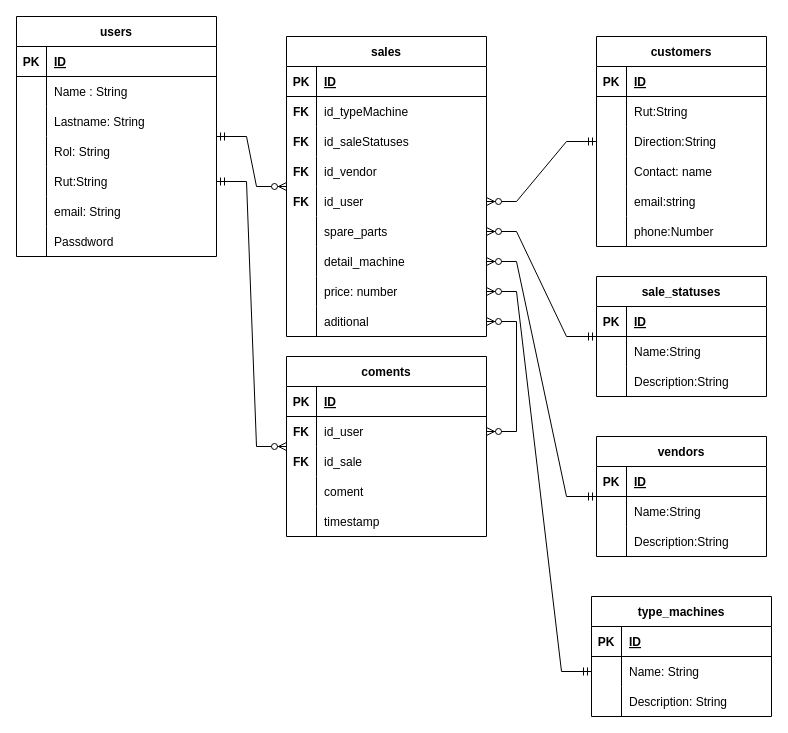
Above: DB_Sell_Machine.drawio in LCSL2602/Sell_Machine_Api (draw.io), before the change. Source tidied: cells renumbered, new cells numbered last; positions are measured from the earlier drawing's top-left corner, leaving out a move shared by most shapes. Both pictures are drawn from the tidied source at 100%, with x=0, y=0 at pixel (16, 16).
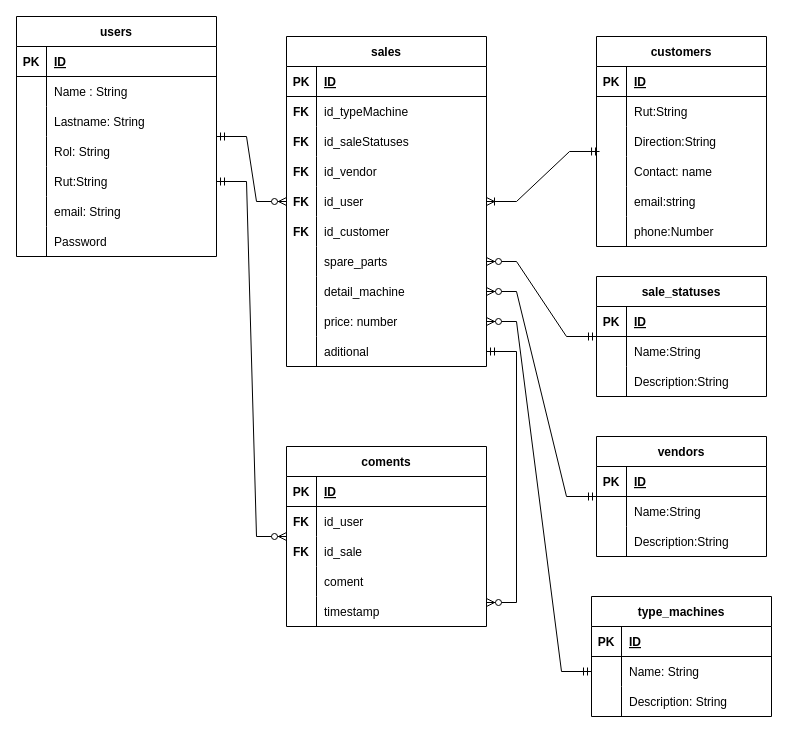
After the change.

The change refers to these unchanged cells:
```xml
<mxCell id="21" style="shape=partialRectangle;fillColor=none;top=0;left=0;bottom=0;right=0;" parent="2" vertex="1">
  <mxGeometry y="210" width="200" height="30" as="geometry" />
</mxCell>
<mxCell id="67" style="shape=partialRectangle;fillColor=none;top=0;left=0;bottom=0;right=0;points=[[0,0.5],[1,0.5]];portConstraint=eastwest;" parent="54" vertex="1">
  <mxGeometry y="150" width="200" height="30" as="geometry" />
</mxCell>
<mxCell id="89" style="shape=partialRectangle;fillColor=none;top=0;left=0;bottom=0;right=0;points=[[0,0.5],[1,0.5]];portConstraint=eastwest;" parent="82" vertex="1">
  <mxGeometry y="90" width="170" height="30" as="geometry" />
</mxCell>
<mxCell id="92" style="shape=partialRectangle;fillColor=none;top=0;left=0;bottom=0;right=0;points=[[0,0.5],[1,0.5]];portConstraint=eastwest;" parent="82" vertex="1">
  <mxGeometry y="120" width="170" height="30" as="geometry" />
</mxCell>
<mxCell id="110" style="shape=partialRectangle;fillColor=none;top=0;left=0;bottom=0;right=0;points=[[0,0.5],[1,0.5]];portConstraint=eastwest;" parent="106" vertex="1">
  <mxGeometry y="60" width="200" height="30" as="geometry" />
</mxCell>
<mxCell id="119" style="shape=partialRectangle;fillColor=none;top=0;left=0;bottom=0;right=0;points=[[0,0.5],[1,0.5]];portConstraint=eastwest;" parent="106" vertex="1">
  <mxGeometry y="150" width="200" height="30" as="geometry" />
</mxCell>
```

Diff of the diagram source:
```diff
@@
-    <mxCell id="23" value="Passdword" style="shape=partialRectangle;fillColor=none;top=0;left=0;bottom=0;right=0;align=left;spacingLeft=6;overflow=hidden;" parent="21" vertex="1">
+    <mxCell id="23" value="Password" style="shape=partialRectangle;fillColor=none;top=0;left=0;bottom=0;right=0;align=left;spacingLeft=6;overflow=hidden;" parent="21" vertex="1">
       <mxGeometry x="30" width="170" height="30" as="geometry" />
     </mxCell>
@@
     <mxCell id="54" value="sales" style="shape=table;startSize=30;childLayout=tableLayout;rowLines=0;fontStyle=1;align=center;" parent="1" vertex="1">
-      <mxGeometry x="270" y="20" width="200" height="300" as="geometry" />
+      <mxGeometry x="270" y="20" width="200" height="330" as="geometry" />
     </mxCell>
@@
+    <mxCell id="124" style="shape=partialRectangle;fillColor=none;top=0;left=0;bottom=0;right=0;" parent="54" vertex="1">
+      <mxGeometry y="180" width="200" height="30" as="geometry" />
+    </mxCell>
+    <mxCell id="125" value="FK" style="shape=partialRectangle;fillColor=none;top=0;left=0;bottom=0;right=0;overflow=hidden;fontStyle=1;" parent="124" vertex="1">
+      <mxGeometry width="30" height="30" as="geometry" />
+    </mxCell>
+    <mxCell id="126" value="id_customer" style="shape=partialRectangle;fillColor=none;top=0;left=0;bottom=0;right=0;align=left;spacingLeft=6;overflow=hidden;" parent="124" vertex="1">
+      <mxGeometry x="30" width="170" height="30" as="geometry" />
+    </mxCell>
     <mxCell id="70" style="shape=partialRectangle;fillColor=none;top=0;left=0;bottom=0;right=0;points=[[0,0.5],[1,0.5]];portConstraint=eastwest;" parent="54" vertex="1">
-      <mxGeometry y="180" width="200" height="30" as="geometry" />
+      <mxGeometry y="210" width="200" height="30" as="geometry" />
     </mxCell>
@@
     <mxCell id="73" style="shape=partialRectangle;fillColor=none;top=0;left=0;bottom=0;right=0;points=[[0,0.5],[1,0.5]];portConstraint=eastwest;" parent="54" vertex="1">
-      <mxGeometry y="210" width="200" height="30" as="geometry" />
+      <mxGeometry y="240" width="200" height="30" as="geometry" />
     </mxCell>
@@
     <mxCell id="76" style="shape=partialRectangle;fillColor=none;top=0;left=0;bottom=0;right=0;points=[[0,0.5],[1,0.5]];portConstraint=eastwest;" parent="54" vertex="1">
-      <mxGeometry y="240" width="200" height="30" as="geometry" />
+      <mxGeometry y="270" width="200" height="30" as="geometry" />
     </mxCell>
@@
     <mxCell id="79" style="shape=partialRectangle;fillColor=none;top=0;left=0;bottom=0;right=0;points=[[0,0.5],[1,0.5]];portConstraint=eastwest;" parent="54" vertex="1">
-      <mxGeometry y="270" width="200" height="30" as="geometry" />
+      <mxGeometry y="300" width="200" height="30" as="geometry" />
     </mxCell>
@@
-    <mxCell id="102" style="edgeStyle=entityRelationEdgeStyle;fontSize=12;html=1;endArrow=ERzeroToMany;startArrow=ERmandOne;rounded=0;" parent="1" edge="1" source="89" target="67">
-      <mxGeometry relative="1" as="geometry" />
-    </mxCell>
@@
     <mxCell id="106" value="coments" style="shape=table;startSize=30;childLayout=tableLayout;rowLines=0;fontStyle=1;align=center;" parent="1" vertex="1">
-      <mxGeometry x="270" y="340" width="200" height="180" as="geometry" />
+      <mxGeometry x="270" y="430" width="200" height="180" as="geometry" />
     </mxCell>
@@
-    <mxCell id="122" style="edgeStyle=entityRelationEdgeStyle;fontSize=12;html=1;endArrow=ERzeroToMany;endFill=1;startArrow=ERzeroToMany;rounded=0;" parent="1" edge="1" source="110" target="79">
-      <mxGeometry relative="1" as="geometry" />
-    </mxCell>
@@
+    <mxCell id="127" style="edgeStyle=entityRelationEdgeStyle;fontSize=12;html=1;endArrow=ERzeroToMany;startArrow=ERmandOne;rounded=0;entryX=1;entryY=0.2;entryDx=0;entryDy=0;entryPerimeter=0;exitX=1;exitY=0.5;exitDx=0;exitDy=0;" parent="1" edge="1" source="79" target="119">
+      <mxGeometry relative="1" as="geometry" />
+    </mxCell>
+    <mxCell id="128" style="edgeStyle=entityRelationEdgeStyle;fontSize=12;html=1;endArrow=ERoneToMany;startArrow=ERmandOne;rounded=0;entryX=1;entryY=0.5;entryDx=0;entryDy=0;exitX=0.018;exitY=-0.167;exitDx=0;exitDy=0;exitPerimeter=0;" parent="1" edge="1" source="92" target="67">
+      <mxGeometry relative="1" as="geometry" />
+    </mxCell>
```
